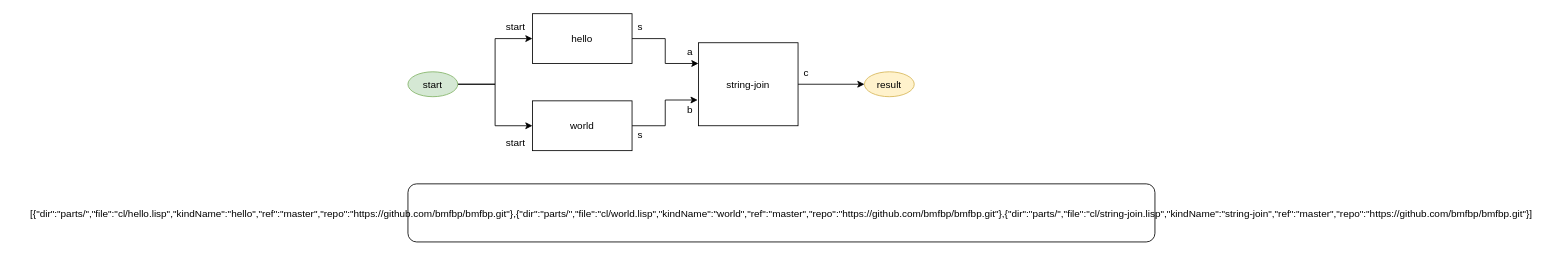
The draw.io diagram parts/diagram/helloworld.drawio in bmfbp/bmfbp, before the edit. Source tidied: cells renumbered, new cells numbered last; positions are measured from the earlier drawing's top-left corner, leaving out a move shared by most shapes. Both pictures are drawn from the tidied source at 83%, with x=0, y=0 at pixel (408, 13).
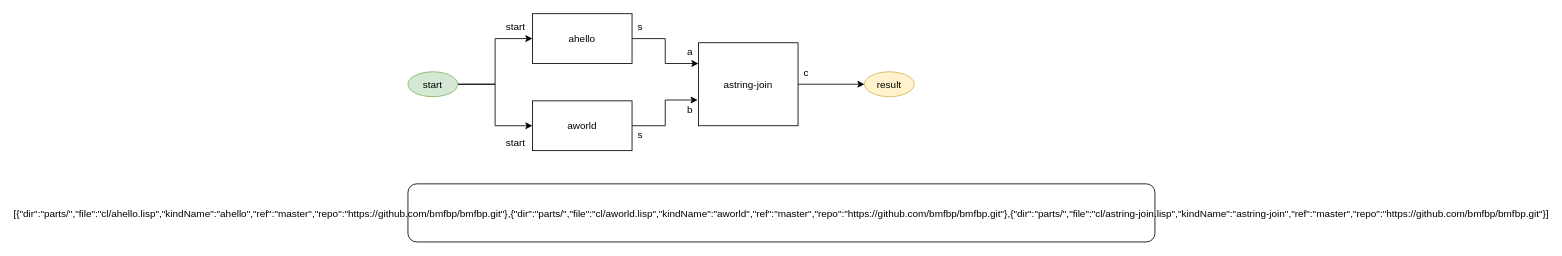
Above is the later version.

The edit, as a diff of the source:
```diff
@@
 <mxGraphModel>
   <root>
     <mxCell id="0" />
     <mxCell id="1" parent="0" />
     <mxCell id="2" style="edgeStyle=orthogonalEdgeStyle;rounded=0;jettySize=auto;html=1;exitX=1;exitY=0.5;exitDx=0;exitDy=0;entryX=0;entryY=0.25;entryDx=0;entryDy=0;" parent="1" edge="1" source="3" target="7">
       <mxGeometry relative="1" as="geometry" />
     </mxCell>
-    <mxCell id="3" value="hello" style="rounded=0;" parent="1" vertex="1">
+    <mxCell id="3" value="ahello" style="rounded=0;" parent="1" vertex="1">
       <mxGeometry x="150" width="120" height="60" as="geometry" />
     </mxCell>
     <mxCell id="4" style="edgeStyle=orthogonalEdgeStyle;rounded=0;jettySize=auto;html=1;exitX=1;exitY=0.5;exitDx=0;exitDy=0;entryX=-0.008;entryY=0.69;entryDx=0;entryDy=0;entryPerimeter=0;" parent="1" edge="1" source="5" target="7">
       <mxGeometry relative="1" as="geometry" />
     </mxCell>
-    <mxCell id="5" value="world" style="rounded=0;" parent="1" vertex="1">
+    <mxCell id="5" value="aworld" style="rounded=0;" parent="1" vertex="1">
       <mxGeometry x="150" y="105" width="120" height="60" as="geometry" />
     </mxCell>
     <mxCell id="6" style="edgeStyle=orthogonalEdgeStyle;rounded=0;jettySize=auto;html=1;exitX=1;exitY=0.5;exitDx=0;exitDy=0;entryX=0;entryY=0.5;entryDx=0;entryDy=0;" parent="1" edge="1" source="7" target="16">
       <mxGeometry relative="1" as="geometry" />
     </mxCell>
-    <mxCell id="7" value="string-join" style="rounded=0;" parent="1" vertex="1">
+    <mxCell id="7" value="astring-join" style="rounded=0;" parent="1" vertex="1">
       <mxGeometry x="350" y="35" width="120" height="100" as="geometry" />
     </mxCell>
     <mxCell id="8" value="c" style="text;strokeColor=none;fillColor=none;align=center;verticalAlign=middle;rounded=0;" parent="1" vertex="1">
       <mxGeometry x="470" y="60" width="20" height="20" as="geometry" />
     </mxCell>
     <mxCell id="9" value="s" style="text;strokeColor=none;fillColor=none;align=center;verticalAlign=middle;rounded=0;" parent="1" vertex="1">
       <mxGeometry x="270" y="5" width="20" height="20" as="geometry" />
     </mxCell>
     <mxCell id="10" value="s" style="text;strokeColor=none;fillColor=none;align=center;verticalAlign=middle;rounded=0;" parent="1" vertex="1">
       <mxGeometry x="270" y="135" width="20" height="20" as="geometry" />
     </mxCell>
     <mxCell id="11" value="a" style="text;strokeColor=none;fillColor=none;align=center;verticalAlign=middle;rounded=0;" parent="1" vertex="1">
       <mxGeometry x="330" y="35" width="20" height="20" as="geometry" />
     </mxCell>
     <mxCell id="12" value="b" style="text;strokeColor=none;fillColor=none;align=center;verticalAlign=middle;rounded=0;" parent="1" vertex="1">
       <mxGeometry x="330" y="105" width="20" height="20" as="geometry" />
     </mxCell>
     <mxCell id="13" style="edgeStyle=orthogonalEdgeStyle;rounded=0;jettySize=auto;html=1;exitX=1;exitY=0.5;exitDx=0;exitDy=0;entryX=0;entryY=0.5;entryDx=0;entryDy=0;" parent="1" edge="1" source="15" target="3">
       <mxGeometry relative="1" as="geometry" />
     </mxCell>
     <mxCell id="14" style="edgeStyle=orthogonalEdgeStyle;rounded=0;jettySize=auto;html=1;exitX=1;exitY=0.5;exitDx=0;exitDy=0;entryX=0;entryY=0.5;entryDx=0;entryDy=0;" parent="1" edge="1" source="15" target="5">
       <mxGeometry relative="1" as="geometry" />
     </mxCell>
     <mxCell id="15" value="start" style="ellipse;fillColor=#d5e8d4;strokeColor=#82b366;" parent="1" vertex="1">
       <mxGeometry y="70" width="60" height="30" as="geometry" />
     </mxCell>
     <mxCell id="16" value="result" style="ellipse;fillColor=#fff2cc;strokeColor=#d6b656;" parent="1" vertex="1">
       <mxGeometry x="550" y="70" width="60" height="30" as="geometry" />
     </mxCell>
-    <mxCell id="17" value="[{&quot;dir&quot;:&quot;parts/&quot;,&quot;file&quot;:&quot;cl/hello.lisp&quot;,&quot;kindName&quot;:&quot;hello&quot;,&quot;ref&quot;:&quot;master&quot;,&quot;repo&quot;:&quot;https://github.com/bmfbp/bmfbp.git&quot;},{&quot;dir&quot;:&quot;parts/&quot;,&quot;file&quot;:&quot;cl/world.lisp&quot;,&quot;kindName&quot;:&quot;world&quot;,&quot;ref&quot;:&quot;master&quot;,&quot;repo&quot;:&quot;https://github.com/bmfbp/bmfbp.git&quot;},{&quot;dir&quot;:&quot;parts/&quot;,&quot;file&quot;:&quot;cl/string-join.lisp&quot;,&quot;kindName&quot;:&quot;string-join&quot;,&quot;ref&quot;:&quot;master&quot;,&quot;repo&quot;:&quot;https://github.com/bmfbp/bmfbp.git&quot;}]" style="rounded=1;" parent="1" vertex="1">
+    <mxCell id="17" value="[{&quot;dir&quot;:&quot;parts/&quot;,&quot;file&quot;:&quot;cl/ahello.lisp&quot;,&quot;kindName&quot;:&quot;ahello&quot;,&quot;ref&quot;:&quot;master&quot;,&quot;repo&quot;:&quot;https://github.com/bmfbp/bmfbp.git&quot;},{&quot;dir&quot;:&quot;parts/&quot;,&quot;file&quot;:&quot;cl/aworld.lisp&quot;,&quot;kindName&quot;:&quot;aworld&quot;,&quot;ref&quot;:&quot;master&quot;,&quot;repo&quot;:&quot;https://github.com/bmfbp/bmfbp.git&quot;},{&quot;dir&quot;:&quot;parts/&quot;,&quot;file&quot;:&quot;cl/astring-join.lisp&quot;,&quot;kindName&quot;:&quot;astring-join&quot;,&quot;ref&quot;:&quot;master&quot;,&quot;repo&quot;:&quot;https://github.com/bmfbp/bmfbp.git&quot;}]" style="rounded=1;" parent="1" vertex="1">
       <mxGeometry y="205" width="900" height="70" as="geometry" />
     </mxCell>
     <mxCell id="18" value="start" style="text;strokeColor=none;fillColor=none;align=center;verticalAlign=middle;rounded=0;" parent="1" vertex="1">
       <mxGeometry x="110" y="5" width="40" height="20" as="geometry" />
     </mxCell>
     <mxCell id="19" value="start" style="text;strokeColor=none;fillColor=none;align=center;verticalAlign=middle;rounded=0;" parent="1" vertex="1">
       <mxGeometry x="110" y="145" width="40" height="20" as="geometry" />
     </mxCell>
   </root>
 </mxGraphModel>
```
